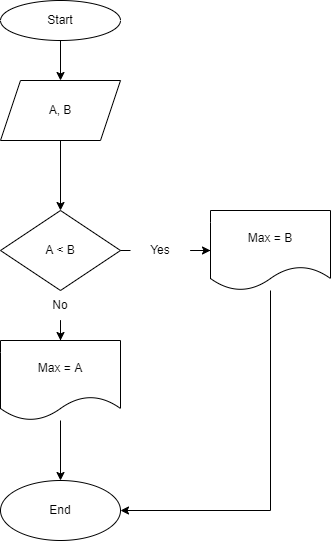
elena1shilova/FinalWorkQuarter1 keeps this draw.io diagram as block-diagram.png. Above is the earlier version. Source tidied: cells renumbered, new cells last; positions are measured from the earlier drawing's top-left corner, leaving out a move shared by most shapes. The source it was exported from:
```xml
<mxGraphModel>
  <root>
    <mxCell id="0" />
    <mxCell id="1" parent="0" />
    <mxCell id="2" style="edgeStyle=orthogonalEdgeStyle;rounded=0;jettySize=auto;html=1;" parent="1" edge="1" source="3" target="5">
      <mxGeometry relative="1" as="geometry" />
    </mxCell>
    <mxCell id="3" value="Start" style="ellipse;whiteSpace=wrap;html=1;" parent="1" vertex="1">
      <mxGeometry width="120" height="40" as="geometry" />
    </mxCell>
    <mxCell id="4" style="edgeStyle=orthogonalEdgeStyle;rounded=0;jettySize=auto;html=1;" parent="1" edge="1" source="5" target="8">
      <mxGeometry relative="1" as="geometry" />
    </mxCell>
    <mxCell id="5" value="A, B&lt;br&gt;" style="shape=parallelogram;perimeter=parallelogramPerimeter;whiteSpace=wrap;html=1;fixedSize=1;" parent="1" vertex="1">
      <mxGeometry y="80" width="120" height="60" as="geometry" />
    </mxCell>
    <mxCell id="6" style="edgeStyle=orthogonalEdgeStyle;rounded=0;jettySize=auto;html=1;startArrow=none;" parent="1" edge="1" source="11" target="10">
      <mxGeometry relative="1" as="geometry" />
    </mxCell>
    <mxCell id="7" style="edgeStyle=orthogonalEdgeStyle;rounded=0;jettySize=auto;html=1;startArrow=none;" parent="1" edge="1" source="15" target="14">
      <mxGeometry relative="1" as="geometry" />
    </mxCell>
    <mxCell id="8" value="A &amp;lt; B" style="rhombus;whiteSpace=wrap;html=1;" parent="1" vertex="1">
      <mxGeometry y="210" width="120" height="80" as="geometry" />
    </mxCell>
    <mxCell id="9" style="edgeStyle=orthogonalEdgeStyle;rounded=0;jettySize=auto;html=1;entryX=1;entryY=0.5;entryDx=0;entryDy=0;" parent="1" edge="1" source="10">
      <mxGeometry relative="1" as="geometry">
        <mxPoint x="120" y="510" as="targetPoint" />
        <Array as="points">
          <mxPoint x="270" y="510" />
        </Array>
      </mxGeometry>
    </mxCell>
    <mxCell id="10" value="Max = B" style="shape=document;whiteSpace=wrap;html=1;boundedLbl=1;" parent="1" vertex="1">
      <mxGeometry x="210" y="210" width="120" height="80" as="geometry" />
    </mxCell>
    <mxCell id="11" value="Yes" style="text;html=1;strokeColor=none;fillColor=none;align=center;verticalAlign=middle;whiteSpace=wrap;rounded=0;" parent="1" vertex="1">
      <mxGeometry x="130" y="235" width="60" height="30" as="geometry" />
    </mxCell>
    <mxCell id="12" style="edgeStyle=orthogonalEdgeStyle;rounded=0;jettySize=auto;html=1;endArrow=none;" parent="1" edge="1" source="8" target="11">
      <mxGeometry relative="1" as="geometry">
        <Array as="points">
          <mxPoint x="120" y="250" />
          <mxPoint x="120" y="250" />
        </Array>
      </mxGeometry>
    </mxCell>
    <mxCell id="13" style="edgeStyle=orthogonalEdgeStyle;rounded=0;jettySize=auto;html=1;" parent="1" edge="1" source="14">
      <mxGeometry relative="1" as="geometry">
        <mxPoint x="60" y="480" as="targetPoint" />
      </mxGeometry>
    </mxCell>
    <mxCell id="14" value="Max = A" style="shape=document;whiteSpace=wrap;html=1;boundedLbl=1;" parent="1" vertex="1">
      <mxGeometry y="340" width="120" height="80" as="geometry" />
    </mxCell>
    <mxCell id="15" value="No" style="text;html=1;strokeColor=none;fillColor=none;align=center;verticalAlign=middle;whiteSpace=wrap;rounded=0;" parent="1" vertex="1">
      <mxGeometry x="30" y="290" width="60" height="30" as="geometry" />
    </mxCell>
    <mxCell id="16" style="edgeStyle=orthogonalEdgeStyle;rounded=0;jettySize=auto;html=1;endArrow=none;" parent="1" edge="1" source="8" target="15">
      <mxGeometry relative="1" as="geometry">
        <Array as="points">
          <mxPoint x="50" y="305" />
          <mxPoint x="50" y="305" />
        </Array>
      </mxGeometry>
    </mxCell>
    <mxCell id="17" value="End" style="ellipse;whiteSpace=wrap;html=1;" parent="1" vertex="1">
      <mxGeometry y="480" width="120" height="60" as="geometry" />
    </mxCell>
  </root>
</mxGraphModel>
```
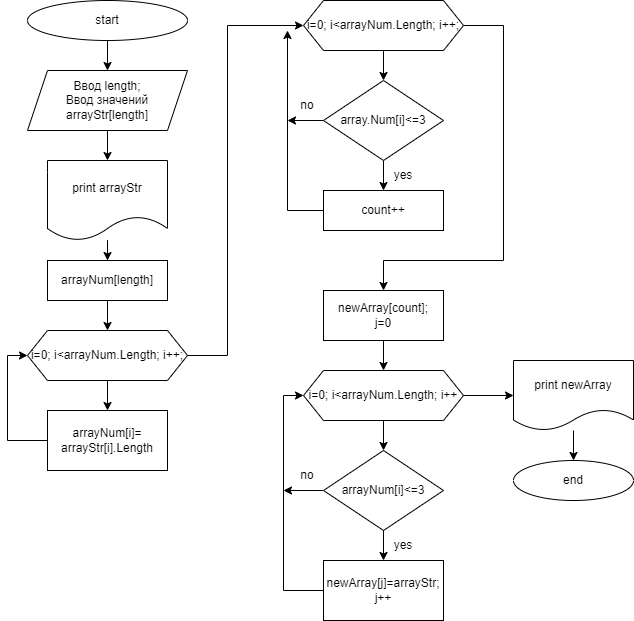
The same diagram one commit later.

What changed in the source:
```diff
@@ -2,70 +2,148 @@
   <root>
     <mxCell id="0" />
     <mxCell id="1" parent="0" />
-    <mxCell id="2" style="edgeStyle=orthogonalEdgeStyle;rounded=0;jettySize=auto;html=1;" parent="1" edge="1" source="3" target="5">
-      <mxGeometry relative="1" as="geometry" />
-    </mxCell>
-    <mxCell id="3" value="Start" style="ellipse;whiteSpace=wrap;html=1;" parent="1" vertex="1">
-      <mxGeometry width="120" height="40" as="geometry" />
-    </mxCell>
-    <mxCell id="4" style="edgeStyle=orthogonalEdgeStyle;rounded=0;jettySize=auto;html=1;" parent="1" edge="1" source="5" target="8">
-      <mxGeometry relative="1" as="geometry" />
-    </mxCell>
-    <mxCell id="5" value="A, B&lt;br&gt;" style="shape=parallelogram;perimeter=parallelogramPerimeter;whiteSpace=wrap;html=1;fixedSize=1;" parent="1" vertex="1">
-      <mxGeometry y="80" width="120" height="60" as="geometry" />
-    </mxCell>
-    <mxCell id="6" style="edgeStyle=orthogonalEdgeStyle;rounded=0;jettySize=auto;html=1;startArrow=none;" parent="1" edge="1" source="11" target="10">
-      <mxGeometry relative="1" as="geometry" />
-    </mxCell>
-    <mxCell id="7" style="edgeStyle=orthogonalEdgeStyle;rounded=0;jettySize=auto;html=1;startArrow=none;" parent="1" edge="1" source="15" target="14">
-      <mxGeometry relative="1" as="geometry" />
-    </mxCell>
-    <mxCell id="8" value="A &amp;lt; B" style="rhombus;whiteSpace=wrap;html=1;" parent="1" vertex="1">
-      <mxGeometry y="210" width="120" height="80" as="geometry" />
-    </mxCell>
-    <mxCell id="9" style="edgeStyle=orthogonalEdgeStyle;rounded=0;jettySize=auto;html=1;entryX=1;entryY=0.5;entryDx=0;entryDy=0;" parent="1" edge="1" source="10">
-      <mxGeometry relative="1" as="geometry">
-        <mxPoint x="120" y="510" as="targetPoint" />
-        <Array as="points">
-          <mxPoint x="270" y="510" />
-        </Array>
-      </mxGeometry>
-    </mxCell>
-    <mxCell id="10" value="Max = B" style="shape=document;whiteSpace=wrap;html=1;boundedLbl=1;" parent="1" vertex="1">
-      <mxGeometry x="210" y="210" width="120" height="80" as="geometry" />
-    </mxCell>
-    <mxCell id="11" value="Yes" style="text;html=1;strokeColor=none;fillColor=none;align=center;verticalAlign=middle;whiteSpace=wrap;rounded=0;" parent="1" vertex="1">
-      <mxGeometry x="130" y="235" width="60" height="30" as="geometry" />
-    </mxCell>
-    <mxCell id="12" style="edgeStyle=orthogonalEdgeStyle;rounded=0;jettySize=auto;html=1;endArrow=none;" parent="1" edge="1" source="8" target="11">
-      <mxGeometry relative="1" as="geometry">
-        <Array as="points">
-          <mxPoint x="120" y="250" />
-          <mxPoint x="120" y="250" />
-        </Array>
-      </mxGeometry>
-    </mxCell>
-    <mxCell id="13" style="edgeStyle=orthogonalEdgeStyle;rounded=0;jettySize=auto;html=1;" parent="1" edge="1" source="14">
-      <mxGeometry relative="1" as="geometry">
-        <mxPoint x="60" y="480" as="targetPoint" />
-      </mxGeometry>
-    </mxCell>
-    <mxCell id="14" value="Max = A" style="shape=document;whiteSpace=wrap;html=1;boundedLbl=1;" parent="1" vertex="1">
-      <mxGeometry y="340" width="120" height="80" as="geometry" />
-    </mxCell>
-    <mxCell id="15" value="No" style="text;html=1;strokeColor=none;fillColor=none;align=center;verticalAlign=middle;whiteSpace=wrap;rounded=0;" parent="1" vertex="1">
-      <mxGeometry x="30" y="290" width="60" height="30" as="geometry" />
-    </mxCell>
-    <mxCell id="16" style="edgeStyle=orthogonalEdgeStyle;rounded=0;jettySize=auto;html=1;endArrow=none;" parent="1" edge="1" source="8" target="15">
-      <mxGeometry relative="1" as="geometry">
-        <Array as="points">
-          <mxPoint x="50" y="305" />
-          <mxPoint x="50" y="305" />
-        </Array>
-      </mxGeometry>
-    </mxCell>
-    <mxCell id="17" value="End" style="ellipse;whiteSpace=wrap;html=1;" parent="1" vertex="1">
-      <mxGeometry y="480" width="120" height="60" as="geometry" />
-    </mxCell>
+    <mxCell id="18" style="edgeStyle=orthogonalEdgeStyle;rounded=0;jettySize=auto;html=1;" parent="1" edge="1" source="19" target="21">
+      <mxGeometry relative="1" as="geometry" />
+    </mxCell>
+    <mxCell id="19" value="start" style="ellipse;whiteSpace=wrap;html=1;" parent="1" vertex="1">
+      <mxGeometry x="20" width="160" height="40" as="geometry" />
+    </mxCell>
+    <mxCell id="20" style="edgeStyle=orthogonalEdgeStyle;rounded=0;jettySize=auto;html=1;entryX=0.5;entryY=0;entryDx=0;entryDy=0;" parent="1" edge="1" source="21" target="52">
+      <mxGeometry relative="1" as="geometry" />
+    </mxCell>
+    <mxCell id="21" value="Ввод length;&lt;br&gt;Ввод значений arrayStr[length]" style="shape=parallelogram;perimeter=parallelogramPerimeter;whiteSpace=wrap;html=1;fixedSize=1;" parent="1" vertex="1">
+      <mxGeometry x="20" y="70" width="160" height="60" as="geometry" />
+    </mxCell>
+    <mxCell id="22" style="edgeStyle=orthogonalEdgeStyle;rounded=0;jettySize=auto;html=1;" parent="1" edge="1" target="26">
+      <mxGeometry relative="1" as="geometry">
+        <mxPoint x="100" y="300" as="sourcePoint" />
+      </mxGeometry>
+    </mxCell>
+    <mxCell id="23" value="arrayNum[length]" style="whiteSpace=wrap;html=1;" parent="1" vertex="1">
+      <mxGeometry x="40" y="260" width="120" height="40" as="geometry" />
+    </mxCell>
+    <mxCell id="24" style="edgeStyle=orthogonalEdgeStyle;rounded=0;jettySize=auto;html=1;" parent="1" edge="1" source="26" target="28">
+      <mxGeometry relative="1" as="geometry" />
+    </mxCell>
+    <mxCell id="25" style="edgeStyle=orthogonalEdgeStyle;rounded=0;jettySize=auto;html=1;entryX=0;entryY=0.5;entryDx=0;entryDy=0;" parent="1" edge="1" source="26" target="31">
+      <mxGeometry relative="1" as="geometry">
+        <Array as="points">
+          <mxPoint x="220" y="355" />
+          <mxPoint x="220" y="25" />
+        </Array>
+      </mxGeometry>
+    </mxCell>
+    <mxCell id="26" value="i=0; i&amp;lt;arrayNum.Length; i++;" style="shape=hexagon;perimeter=hexagonPerimeter2;whiteSpace=wrap;html=1;fixedSize=1;" parent="1" vertex="1">
+      <mxGeometry x="20" y="330" width="160" height="50" as="geometry" />
+    </mxCell>
+    <mxCell id="27" style="edgeStyle=orthogonalEdgeStyle;rounded=0;jettySize=auto;html=1;entryX=0;entryY=0.5;entryDx=0;entryDy=0;" parent="1" edge="1" source="28" target="26">
+      <mxGeometry relative="1" as="geometry">
+        <Array as="points">
+          <mxPoint y="440" />
+          <mxPoint y="355" />
+        </Array>
+      </mxGeometry>
+    </mxCell>
+    <mxCell id="28" value="arrayNum[i]=&lt;br&gt;arrayStr[i].Length" style="whiteSpace=wrap;html=1;" parent="1" vertex="1">
+      <mxGeometry x="40" y="410" width="120" height="60" as="geometry" />
+    </mxCell>
+    <mxCell id="29" style="edgeStyle=orthogonalEdgeStyle;rounded=0;jettySize=auto;html=1;" parent="1" edge="1" source="31" target="34">
+      <mxGeometry relative="1" as="geometry" />
+    </mxCell>
+    <mxCell id="30" style="edgeStyle=orthogonalEdgeStyle;rounded=0;jettySize=auto;html=1;entryX=0.5;entryY=0;entryDx=0;entryDy=0;" parent="1" edge="1" source="31" target="40">
+      <mxGeometry relative="1" as="geometry">
+        <Array as="points">
+          <mxPoint x="496" y="25" />
+          <mxPoint x="496" y="260" />
+          <mxPoint x="376" y="260" />
+        </Array>
+      </mxGeometry>
+    </mxCell>
+    <mxCell id="31" value="i=0; i&amp;lt;arrayNum.Length; i++;" style="shape=hexagon;perimeter=hexagonPerimeter2;whiteSpace=wrap;html=1;fixedSize=1;" parent="1" vertex="1">
+      <mxGeometry x="296" width="160" height="50" as="geometry" />
+    </mxCell>
+    <mxCell id="32" style="edgeStyle=orthogonalEdgeStyle;rounded=0;jettySize=auto;html=1;" parent="1" edge="1" source="34" target="37">
+      <mxGeometry relative="1" as="geometry" />
+    </mxCell>
+    <mxCell id="33" style="edgeStyle=orthogonalEdgeStyle;rounded=0;jettySize=auto;html=1;" parent="1" edge="1" source="34">
+      <mxGeometry relative="1" as="geometry">
+        <mxPoint x="280" y="120" as="targetPoint" />
+      </mxGeometry>
+    </mxCell>
+    <mxCell id="34" value="array.Num[i]&amp;lt;=3" style="rhombus;whiteSpace=wrap;html=1;" parent="1" vertex="1">
+      <mxGeometry x="316" y="80" width="120" height="80" as="geometry" />
+    </mxCell>
+    <mxCell id="35" value="no" style="text;html=1;strokeColor=none;fillColor=none;align=center;verticalAlign=middle;whiteSpace=wrap;rounded=0;" parent="1" vertex="1">
+      <mxGeometry x="270" y="90" width="60" height="30" as="geometry" />
+    </mxCell>
+    <mxCell id="36" style="edgeStyle=orthogonalEdgeStyle;rounded=0;jettySize=auto;html=1;" parent="1" edge="1" source="37">
+      <mxGeometry relative="1" as="geometry">
+        <mxPoint x="280" y="30" as="targetPoint" />
+      </mxGeometry>
+    </mxCell>
+    <mxCell id="37" value="count++" style="whiteSpace=wrap;html=1;" parent="1" vertex="1">
+      <mxGeometry x="316" y="190" width="120" height="40" as="geometry" />
+    </mxCell>
+    <mxCell id="38" value="yes" style="text;html=1;strokeColor=none;fillColor=none;align=center;verticalAlign=middle;whiteSpace=wrap;rounded=0;" parent="1" vertex="1">
+      <mxGeometry x="366" y="160" width="60" height="30" as="geometry" />
+    </mxCell>
+    <mxCell id="39" style="edgeStyle=orthogonalEdgeStyle;rounded=0;jettySize=auto;html=1;" parent="1" edge="1" source="40" target="43">
+      <mxGeometry relative="1" as="geometry" />
+    </mxCell>
+    <mxCell id="40" value="newArray[count];&lt;br&gt;j=0" style="rounded=0;whiteSpace=wrap;html=1;" parent="1" vertex="1">
+      <mxGeometry x="316" y="290" width="120" height="50" as="geometry" />
+    </mxCell>
+    <mxCell id="41" style="edgeStyle=orthogonalEdgeStyle;rounded=0;jettySize=auto;html=1;" parent="1" edge="1" source="43" target="46">
+      <mxGeometry relative="1" as="geometry" />
+    </mxCell>
+    <mxCell id="42" style="edgeStyle=orthogonalEdgeStyle;rounded=0;jettySize=auto;html=1;" parent="1" edge="1" source="43" target="54">
+      <mxGeometry relative="1" as="geometry" />
+    </mxCell>
+    <mxCell id="43" value="i=0; i&amp;lt;arrayNum.Length; i++" style="shape=hexagon;perimeter=hexagonPerimeter2;whiteSpace=wrap;html=1;fixedSize=1;rounded=0;" parent="1" vertex="1">
+      <mxGeometry x="296" y="370" width="160" height="50" as="geometry" />
+    </mxCell>
+    <mxCell id="44" style="edgeStyle=orthogonalEdgeStyle;rounded=0;jettySize=auto;html=1;" parent="1" edge="1" source="46" target="48">
+      <mxGeometry relative="1" as="geometry" />
+    </mxCell>
+    <mxCell id="45" style="edgeStyle=orthogonalEdgeStyle;rounded=0;jettySize=auto;html=1;" parent="1" edge="1" source="46">
+      <mxGeometry relative="1" as="geometry">
+        <mxPoint x="276" y="490" as="targetPoint" />
+      </mxGeometry>
+    </mxCell>
+    <mxCell id="46" value="arrayNum[i]&amp;lt;=3" style="rhombus;whiteSpace=wrap;html=1;rounded=0;" parent="1" vertex="1">
+      <mxGeometry x="316" y="450" width="120" height="80" as="geometry" />
+    </mxCell>
+    <mxCell id="47" style="edgeStyle=orthogonalEdgeStyle;rounded=0;jettySize=auto;html=1;entryX=0;entryY=0.5;entryDx=0;entryDy=0;" parent="1" edge="1" source="48" target="43">
+      <mxGeometry relative="1" as="geometry">
+        <Array as="points">
+          <mxPoint x="276" y="590" />
+          <mxPoint x="276" y="395" />
+        </Array>
+      </mxGeometry>
+    </mxCell>
+    <mxCell id="48" value="newArray[j]=arrayStr;&lt;br&gt;j++" style="whiteSpace=wrap;html=1;rounded=0;" parent="1" vertex="1">
+      <mxGeometry x="316" y="560" width="120" height="60" as="geometry" />
+    </mxCell>
+    <mxCell id="49" value="no" style="text;html=1;strokeColor=none;fillColor=none;align=center;verticalAlign=middle;whiteSpace=wrap;rounded=0;" parent="1" vertex="1">
+      <mxGeometry x="270" y="460" width="60" height="30" as="geometry" />
+    </mxCell>
+    <mxCell id="50" value="yes" style="text;html=1;strokeColor=none;fillColor=none;align=center;verticalAlign=middle;whiteSpace=wrap;rounded=0;" parent="1" vertex="1">
+      <mxGeometry x="366" y="530" width="60" height="30" as="geometry" />
+    </mxCell>
+    <mxCell id="51" style="edgeStyle=orthogonalEdgeStyle;rounded=0;jettySize=auto;html=1;entryX=0.5;entryY=0;entryDx=0;entryDy=0;" parent="1" edge="1" source="52" target="23">
+      <mxGeometry relative="1" as="geometry" />
+    </mxCell>
+    <mxCell id="52" value="print arrayStr" style="shape=document;whiteSpace=wrap;html=1;boundedLbl=1;" parent="1" vertex="1">
+      <mxGeometry x="40" y="160" width="120" height="80" as="geometry" />
+    </mxCell>
+    <mxCell id="53" style="edgeStyle=orthogonalEdgeStyle;rounded=0;jettySize=auto;html=1;" parent="1" edge="1" source="54" target="55">
+      <mxGeometry relative="1" as="geometry" />
+    </mxCell>
+    <mxCell id="54" value="print newArray" style="shape=document;whiteSpace=wrap;html=1;boundedLbl=1;rounded=0;" parent="1" vertex="1">
+      <mxGeometry x="506" y="360" width="120" height="70" as="geometry" />
+    </mxCell>
+    <mxCell id="55" value="end" style="ellipse;whiteSpace=wrap;html=1;rounded=0;" parent="1" vertex="1">
+      <mxGeometry x="506" y="460" width="120" height="40" as="geometry" />
+    </mxCell>
   </root>
 </mxGraphModel>
```
